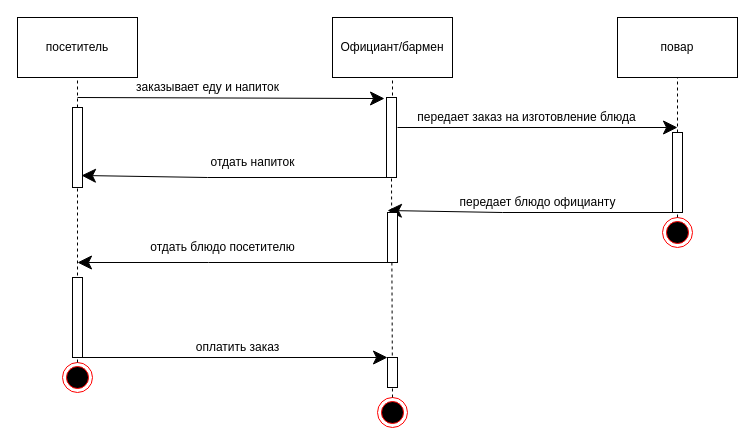
The draw.io diagram Диаграмма последовательности.drawio in EkaterinaZhirnova92/UML, before the edit. Source tidied: cells renumbered, new cells numbered last; positions are measured from the earlier drawing's top-left corner, leaving out a move shared by most shapes. Both pictures are drawn from the tidied source at 100%, with x=0, y=0 at pixel (17, 17).
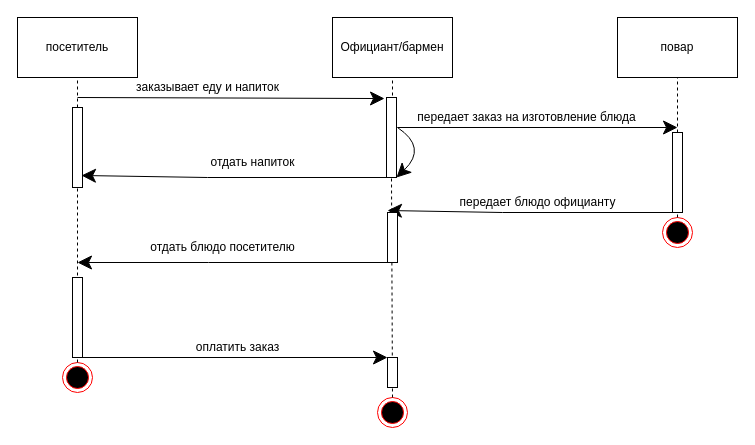
Above is the later version.

Unchanged cells that the change refers to:
```xml
<mxCell id="19" style="html=1;points=[];perimeter=orthogonalPerimeter;" parent="1" vertex="1">
  <mxGeometry x="369" y="80" width="10" height="80" as="geometry" />
</mxCell>
```

What changed in the source:
```diff
@@
+    <mxCell id="34" style="endArrow=classic;endFill=1;endSize=12;html=1;rounded=0;exitX=1.1;exitY=0.375;exitDx=0;exitDy=0;exitPerimeter=0;entryX=1;entryY=1;entryDx=0;entryDy=0;entryPerimeter=0;edgeStyle=orthogonalEdgeStyle;curved=1;" parent="1" edge="1" source="19" target="19">
+      <mxGeometry relative="1" as="geometry">
+        <Array as="points">
+          <mxPoint x="410" y="130" />
+        </Array>
+      </mxGeometry>
+    </mxCell>
```
